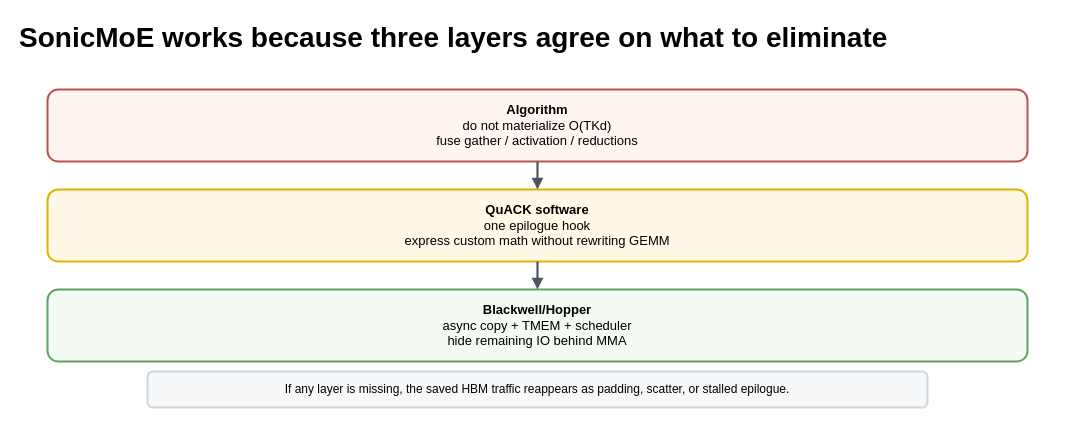
This is static/drawio/2026-04-27-sonicmoe-blackwell-深度解读-fine-grained-moe-kernel-的算法-软件-硬件三层堆叠/figures/F3.drawio from cassiewilliam/blog, a draw.io file, before an edit. Source tidied: cells renumbered, new cells numbered last; positions are measured from the earlier drawing's top-left corner, leaving out a move shared by most shapes. Both pictures are drawn from the tidied source at 100%, with x=0, y=0 at pixel (17, 17).
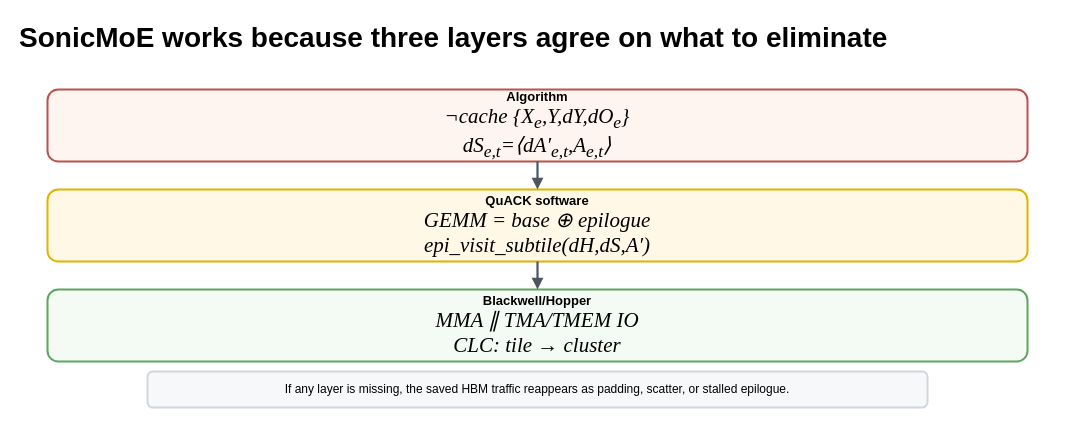
Above is the later version.

Change to the diagram source:
```diff
@@
 <mxGraphModel>
   <root>
     <mxCell id="0" />
     <mxCell id="1" parent="0" />
     <mxCell id="2" value="SonicMoE works because three layers agree on what to eliminate" style="text;html=1;strokeColor=none;fillColor=none;align=left;verticalAlign=middle;fontFamily=Helvetica;fontSize=28;fontStyle=1;" parent="1" vertex="1">
       <mxGeometry width="1040" height="40" as="geometry" />
     </mxCell>
-    <mxCell id="3" value="&lt;b&gt;Algorithm&lt;/b&gt;&lt;br&gt;do not materialize O(TKd)&lt;br&gt;fuse gather / activation / reductions" style="rounded=1;whiteSpace=wrap;html=1;fillColor=#fff5f0;strokeColor=#b85450;strokeWidth=2;align=center;verticalAlign=middle;fontFamily=Helvetica;fontSize=13;" parent="1" vertex="1">
+    <mxCell id="3" value="&lt;b&gt;Algorithm&lt;/b&gt;&lt;br&gt;&lt;font face=&quot;Times New Roman&quot; style=&quot;font-size: 21px;&quot;&gt;&lt;i&gt;¬cache {X&lt;sub&gt;e&lt;/sub&gt;,Y,dY,dO&lt;sub&gt;e&lt;/sub&gt;}&lt;/i&gt;&lt;/font&gt;&lt;br&gt;&lt;font face=&quot;Times New Roman&quot; style=&quot;font-size: 21px;&quot;&gt;&lt;i&gt;dS&lt;sub&gt;e,t&lt;/sub&gt;=⟨dA′&lt;sub&gt;e,t&lt;/sub&gt;,A&lt;sub&gt;e,t&lt;/sub&gt;⟩&lt;/i&gt;&lt;/font&gt;" style="rounded=1;whiteSpace=wrap;html=1;fillColor=#fff5f0;strokeColor=#b85450;strokeWidth=2;align=center;verticalAlign=middle;fontFamily=Helvetica;fontSize=13;" parent="1" vertex="1">
       <mxGeometry x="30" y="72" width="980" height="72" as="geometry" />
     </mxCell>
-    <mxCell id="4" value="&lt;b&gt;QuACK software&lt;/b&gt;&lt;br&gt;one epilogue hook&lt;br&gt;express custom math without rewriting GEMM" style="rounded=1;whiteSpace=wrap;html=1;fillColor=#fff8e7;strokeColor=#e0b300;strokeWidth=2;align=center;verticalAlign=middle;fontFamily=Helvetica;fontSize=13;" parent="1" vertex="1">
+    <mxCell id="4" value="&lt;b&gt;QuACK software&lt;/b&gt;&lt;br&gt;&lt;font face=&quot;Times New Roman&quot; style=&quot;font-size: 21px;&quot;&gt;&lt;i&gt;GEMM = base ⊕ epilogue&lt;/i&gt;&lt;/font&gt;&lt;br&gt;&lt;font face=&quot;Times New Roman&quot; style=&quot;font-size: 21px;&quot;&gt;&lt;i&gt;epi_visit_subtile(dH,dS,A′)&lt;/i&gt;&lt;/font&gt;" style="rounded=1;whiteSpace=wrap;html=1;fillColor=#fff8e7;strokeColor=#e0b300;strokeWidth=2;align=center;verticalAlign=middle;fontFamily=Helvetica;fontSize=13;" parent="1" vertex="1">
       <mxGeometry x="30" y="172" width="980" height="72" as="geometry" />
     </mxCell>
     <mxCell id="5" style="edgeStyle=orthogonalEdgeStyle;rounded=0;html=1;strokeColor=#4d5562;strokeWidth=2.2;endArrow=block;" parent="1" edge="1" source="3" target="4">
       <mxGeometry relative="1" as="geometry" />
     </mxCell>
-    <mxCell id="6" value="&lt;b&gt;Blackwell/Hopper&lt;/b&gt;&lt;br&gt;async copy + TMEM + scheduler&lt;br&gt;hide remaining IO behind MMA" style="rounded=1;whiteSpace=wrap;html=1;fillColor=#f4faf4;strokeColor=#5fa55f;strokeWidth=2;align=center;verticalAlign=middle;fontFamily=Helvetica;fontSize=13;" parent="1" vertex="1">
+    <mxCell id="6" value="&lt;b&gt;Blackwell/Hopper&lt;/b&gt;&lt;br&gt;&lt;font face=&quot;Times New Roman&quot; style=&quot;font-size: 21px;&quot;&gt;&lt;i&gt;MMA ∥ TMA/TMEM IO&lt;/i&gt;&lt;/font&gt;&lt;br&gt;&lt;font face=&quot;Times New Roman&quot; style=&quot;font-size: 21px;&quot;&gt;&lt;i&gt;CLC: tile → cluster&lt;/i&gt;&lt;/font&gt;" style="rounded=1;whiteSpace=wrap;html=1;fillColor=#f4faf4;strokeColor=#5fa55f;strokeWidth=2;align=center;verticalAlign=middle;fontFamily=Helvetica;fontSize=13;" parent="1" vertex="1">
       <mxGeometry x="30" y="272" width="980" height="72" as="geometry" />
     </mxCell>
     <mxCell id="7" style="edgeStyle=orthogonalEdgeStyle;rounded=0;html=1;strokeColor=#4d5562;strokeWidth=2.2;endArrow=block;" parent="1" edge="1" source="4" target="6">
       <mxGeometry relative="1" as="geometry" />
     </mxCell>
     <mxCell id="8" value="If any layer is missing, the saved HBM traffic reappears as padding, scatter, or stalled epilogue." style="rounded=1;whiteSpace=wrap;html=1;fillColor=#f7f8fa;strokeColor=#d0d7de;strokeWidth=2;align=center;verticalAlign=middle;fontFamily=Helvetica;fontSize=12;" parent="1" vertex="1">
       <mxGeometry x="130" y="354" width="780" height="36" as="geometry" />
     </mxCell>
   </root>
 </mxGraphModel>
```
